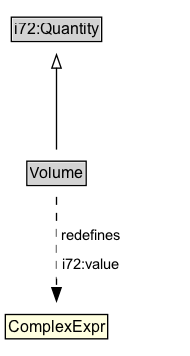
The Graphviz diagram docs/diagrams/Volume.dot.png in ISO-TC204/ontology-cdm-p1-v1, before a commit. Its source is kept beside it as docs/diagrams/Volume.dot. Source of this version:
```dot
digraph {
	graph [overlap=false rankdir=TB splines=true]
	node [fontname=Arial fontsize=12 margin=0 shape=none]
	edge [fontname=Arial fontsize=11]
	{
		rank=source
		i72_Quantity [label=<<TABLE BORDER="1" CELLBORDER="0" CELLSPACING="0" CELLPADDING="1"><TR><TD BGCOLOR="lightgray" ALIGN="CENTER">i72:Quantity</TD></TR></TABLE>> URL="https://w3id.org/citydata/21972/v1/Quantity" margin=0]
	}
	Volume [label=<<TABLE BORDER="1" CELLBORDER="0" CELLSPACING="0" CELLPADDING="1"><TR><TD BGCOLOR="lightgray" ALIGN="CENTER">Volume</TD></TR></TABLE>> URL="../Volume" margin=0]
	{
		rank=max
	}
	subgraph cluster_associated {
		label="" style=invis
		Invis [label=<<TABLE BORDER="0" CELLBORDER="0" CELLSPACING="0" CELLPADDING="1"><TR><TD></TD></TR></TABLE>> margin=0 style=invis]
	}
	Volume -> i72_Quantity [arrowhead=onormal style=solid]
	na010c749982e452794368b522251db07b29 [label=<<TABLE BORDER="1" CELLBORDER="0" CELLSPACING="0" CELLPADDING="1" BGCOLOR="lightyellow"><TR><TD ALIGN="CENTER">ComplexExpr</TD></TR></TABLE>> margin=0]
	Volume -> na010c749982e452794368b522251db07b29 [label=<<TABLE BORDER="0" CELLBORDER="0" CELLSPACING="0" CELLPADDING="4" BGCOLOR="white"><TR><TD ALIGN="CENTER">redefines</TD></TR><TR><TD ALIGN="CENTER">i72:value</TD></TR></TABLE>> arrowhead=normal style=dashed]
}
```
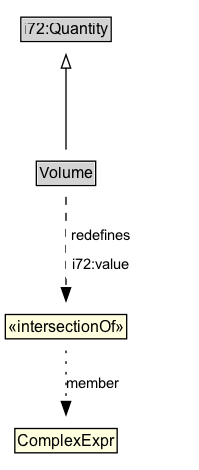
Later version of the same file.

Diff of the diagram source:
```diff
@@ -15,6 +15,8 @@
 		Invis [label=<<TABLE BORDER="0" CELLBORDER="0" CELLSPACING="0" CELLPADDING="1"><TR><TD></TD></TR></TABLE>> margin=0 style=invis]
 	}
 	Volume -> i72_Quantity [arrowhead=onormal style=solid]
-	na010c749982e452794368b522251db07b29 [label=<<TABLE BORDER="1" CELLBORDER="0" CELLSPACING="0" CELLPADDING="1" BGCOLOR="lightyellow"><TR><TD ALIGN="CENTER">ComplexExpr</TD></TR></TABLE>> margin=0]
-	Volume -> na010c749982e452794368b522251db07b29 [label=<<TABLE BORDER="0" CELLBORDER="0" CELLSPACING="0" CELLPADDING="4" BGCOLOR="white"><TR><TD ALIGN="CENTER">redefines</TD></TR><TR><TD ALIGN="CENTER">i72:value</TD></TR></TABLE>> arrowhead=normal style=dashed]
+	n644d2ea6622c412bb8909c6637c88453b41 [label=<<TABLE BORDER="1" CELLBORDER="0" CELLSPACING="0" CELLPADDING="1" BGCOLOR="lightyellow"><TR><TD ALIGN="CENTER">«intersectionOf»</TD></TR></TABLE>> margin=0]
+	n644d2ea6622c412bb8909c6637c88453b42 [label=<<TABLE BORDER="1" CELLBORDER="0" CELLSPACING="0" CELLPADDING="1" BGCOLOR="lightyellow"><TR><TD ALIGN="CENTER">ComplexExpr</TD></TR></TABLE>> margin=0]
+	n644d2ea6622c412bb8909c6637c88453b41 -> n644d2ea6622c412bb8909c6637c88453b42 [label=member arrowhead=normal style=dotted]
+	Volume -> n644d2ea6622c412bb8909c6637c88453b41 [label=<<TABLE BORDER="0" CELLBORDER="0" CELLSPACING="0" CELLPADDING="4" BGCOLOR="white"><TR><TD ALIGN="CENTER">redefines</TD></TR><TR><TD ALIGN="CENTER">i72:value</TD></TR></TABLE>> arrowhead=normal style=dashed]
 }
```
